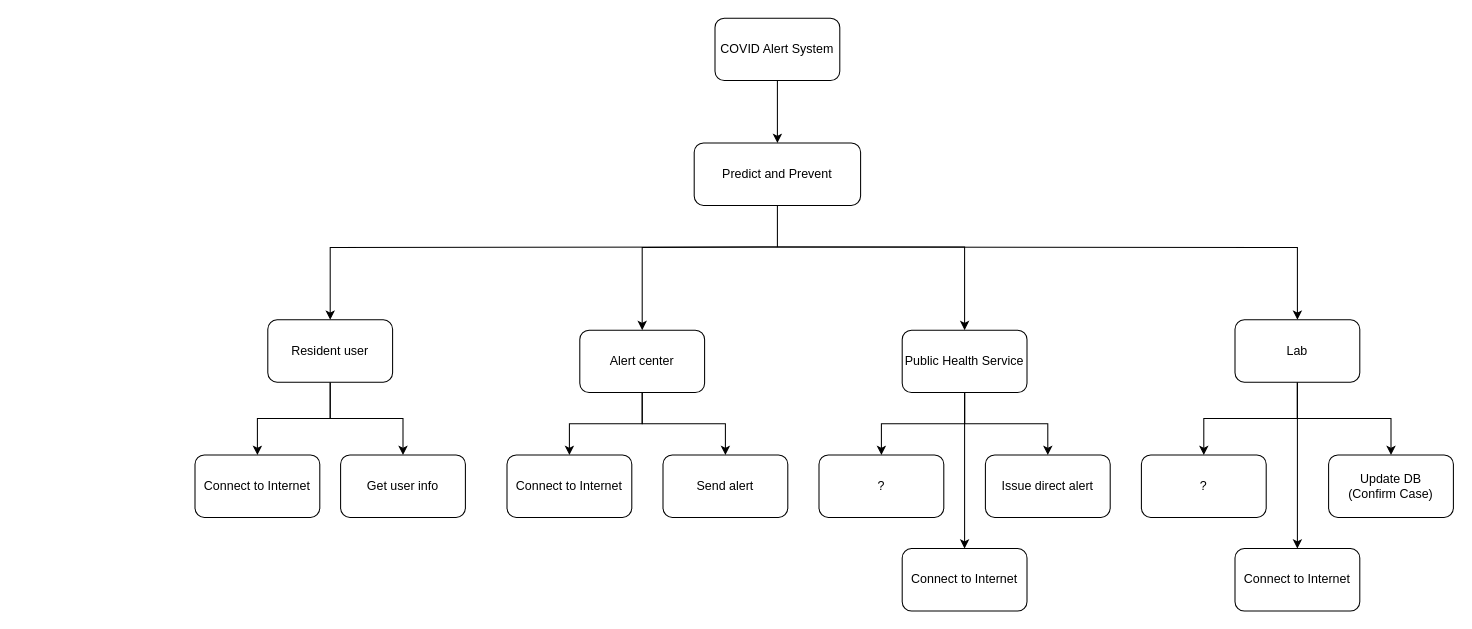
This is Goal Hierarchy.drawio from AceOfSpadeszzz/SENG696, a draw.io file, before an edit. Source tidied: cells renumbered, new cells numbered last; positions are measured from the earlier drawing's top-left corner, leaving out a move shared by most shapes. Both pictures are drawn from the tidied source at 104%, with x=0, y=0 at pixel (194, 18).
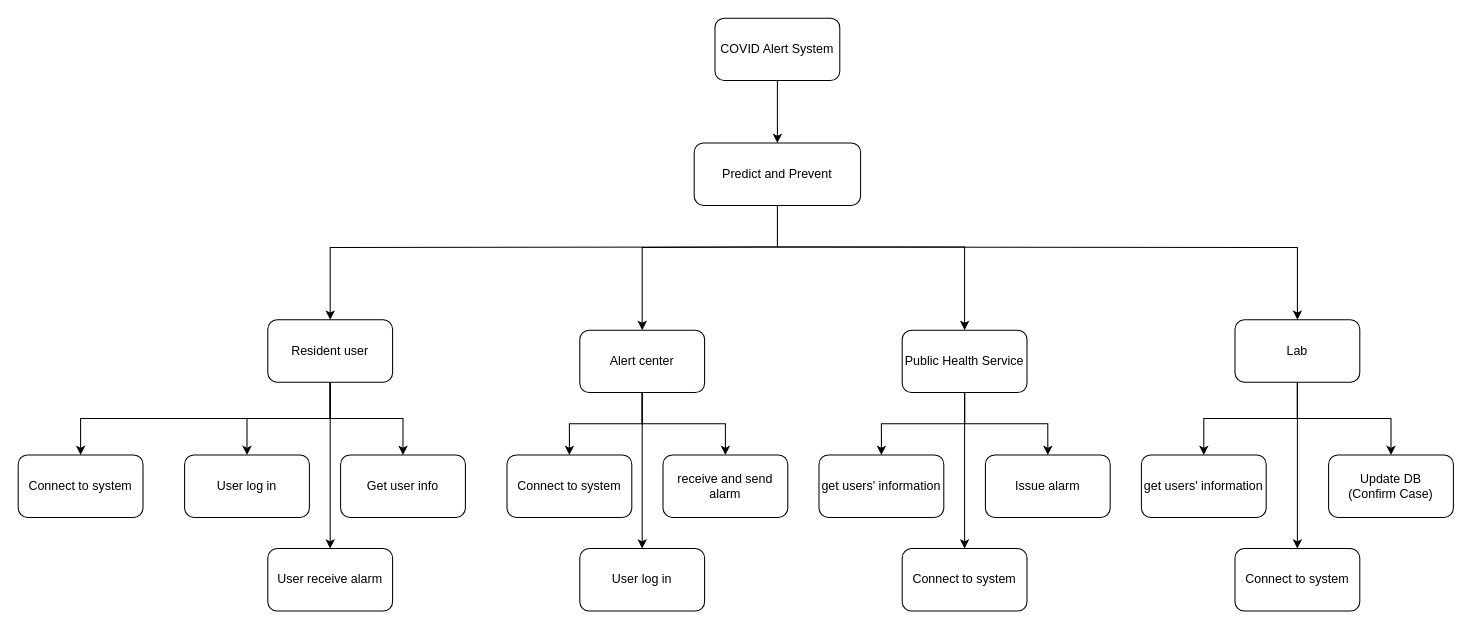
Above is the later version.

The change refers to these unchanged cells:
```xml
<mxCell id="9" value="Resident user" style="rounded=1;whiteSpace=wrap;html=1;" parent="1" vertex="1">
  <mxGeometry x="70" y="290" width="120" height="60" as="geometry" />
</mxCell>
<mxCell id="20" value="Alert center" style="rounded=1;whiteSpace=wrap;html=1;" parent="1" vertex="1">
  <mxGeometry x="370" y="300" width="120" height="60" as="geometry" />
</mxCell>
```

Change to the diagram source:
```diff
@@
-    <mxCell id="8" style="edgeStyle=orthogonalEdgeStyle;rounded=0;jettySize=auto;html=1;entryX=0.5;entryY=0;entryDx=0;entryDy=0;" parent="1" edge="1" source="9" target="28">
+    <mxCell id="8" style="edgeStyle=orthogonalEdgeStyle;rounded=0;jettySize=auto;html=1;entryX=0.5;entryY=0;entryDx=0;entryDy=0;exitX=0.5;exitY=1;exitDx=0;exitDy=0;" parent="1" edge="1" source="9" target="28">
       <mxGeometry relative="1" as="geometry" />
     </mxCell>
+    <mxCell id="33" style="edgeStyle=orthogonalEdgeStyle;rounded=0;jettySize=auto;html=1;exitX=0.5;exitY=1;exitDx=0;exitDy=0;entryX=0.5;entryY=0;entryDx=0;entryDy=0;" parent="1" edge="1" source="9" target="36">
+      <mxGeometry relative="1" as="geometry" />
+    </mxCell>
+    <mxCell id="34" style="edgeStyle=orthogonalEdgeStyle;rounded=0;jettySize=auto;html=1;exitX=0.5;exitY=1;exitDx=0;exitDy=0;" parent="1" edge="1" source="9" target="38">
+      <mxGeometry relative="1" as="geometry" />
+    </mxCell>
@@
+    <mxCell id="35" style="edgeStyle=orthogonalEdgeStyle;rounded=0;jettySize=auto;html=1;exitX=0.5;exitY=1;exitDx=0;exitDy=0;entryX=0.5;entryY=0;entryDx=0;entryDy=0;" parent="1" edge="1" source="20" target="37">
+      <mxGeometry relative="1" as="geometry" />
+    </mxCell>
@@
-    <mxCell id="22" value="Issue direct alert" style="rounded=1;whiteSpace=wrap;html=1;" parent="1" vertex="1">
+    <mxCell id="22" value="Issue alarm" style="rounded=1;whiteSpace=wrap;html=1;" parent="1" vertex="1">
       <mxGeometry x="760" y="420" width="120" height="60" as="geometry" />
     </mxCell>
@@
-    <mxCell id="24" value="?" style="rounded=1;whiteSpace=wrap;html=1;" parent="1" vertex="1">
+    <mxCell id="24" value="get users' information" style="rounded=1;whiteSpace=wrap;html=1;" parent="1" vertex="1">
       <mxGeometry x="910" y="420" width="120" height="60" as="geometry" />
     </mxCell>
-    <mxCell id="25" value="Send alert" style="rounded=1;whiteSpace=wrap;html=1;" parent="1" vertex="1">
+    <mxCell id="25" value="receive and send alarm" style="rounded=1;whiteSpace=wrap;html=1;" parent="1" vertex="1">
       <mxGeometry x="450" y="420" width="120" height="60" as="geometry" />
     </mxCell>
@@
-    <mxCell id="28" value="Connect to Internet" style="rounded=1;whiteSpace=wrap;html=1;" parent="1" vertex="1">
-      <mxGeometry y="420" width="120" height="60" as="geometry" />
+    <mxCell id="28" value="Connect to system" style="rounded=1;whiteSpace=wrap;html=1;" parent="1" vertex="1">
+      <mxGeometry x="-170" y="420" width="120" height="60" as="geometry" />
     </mxCell>
-    <mxCell id="29" value="Connect to Internet" style="rounded=1;whiteSpace=wrap;html=1;" parent="1" vertex="1">
+    <mxCell id="29" value="Connect to system" style="rounded=1;whiteSpace=wrap;html=1;" parent="1" vertex="1">
       <mxGeometry x="680" y="510" width="120" height="60" as="geometry" />
     </mxCell>
-    <mxCell id="30" value="Connect to Internet" style="rounded=1;whiteSpace=wrap;html=1;" parent="1" vertex="1">
+    <mxCell id="30" value="Connect to system" style="rounded=1;whiteSpace=wrap;html=1;" parent="1" vertex="1">
       <mxGeometry x="300" y="420" width="120" height="60" as="geometry" />
     </mxCell>
-    <mxCell id="31" value="Connect to Internet" style="rounded=1;whiteSpace=wrap;html=1;" parent="1" vertex="1">
+    <mxCell id="31" value="Connect to system" style="rounded=1;whiteSpace=wrap;html=1;" parent="1" vertex="1">
       <mxGeometry x="1000" y="510" width="120" height="60" as="geometry" />
     </mxCell>
-    <mxCell id="32" value="?" style="rounded=1;whiteSpace=wrap;html=1;" parent="1" vertex="1">
+    <mxCell id="32" value="get users' information" style="rounded=1;whiteSpace=wrap;html=1;" parent="1" vertex="1">
       <mxGeometry x="600" y="420" width="120" height="60" as="geometry" />
     </mxCell>
+    <mxCell id="36" value="User log in" style="rounded=1;whiteSpace=wrap;html=1;" parent="1" vertex="1">
+      <mxGeometry x="-10" y="420" width="120" height="60" as="geometry" />
+    </mxCell>
+    <mxCell id="37" value="User log in" style="rounded=1;whiteSpace=wrap;html=1;" parent="1" vertex="1">
+      <mxGeometry x="370" y="510" width="120" height="60" as="geometry" />
+    </mxCell>
+    <mxCell id="38" value="User receive alarm" style="rounded=1;whiteSpace=wrap;html=1;" parent="1" vertex="1">
+      <mxGeometry x="70" y="510" width="120" height="60" as="geometry" />
+    </mxCell>
```
